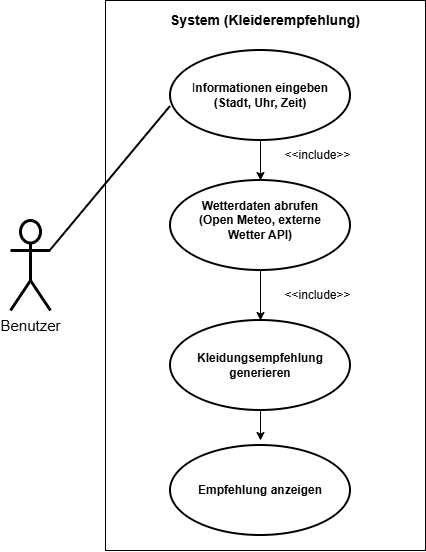
This is docs/use_case_diagramm.drawio.png from kseniia-koverska/weather_ranger, a draw.io export, as it was before one commit. Source tidied: cells renumbered, new cells last; positions are measured from the earlier drawing's top-left corner, leaving out a move shared by most shapes.
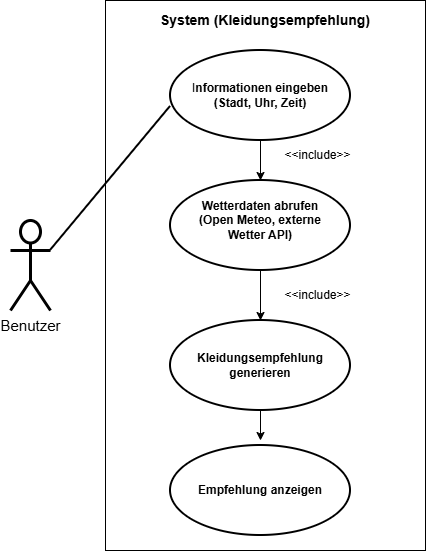
Later version of the same file.

Change to the diagram source:
```diff
@@ -29,7 +29,7 @@
     <mxCell id="10" value="I&lt;b&gt;nformationen eingeben (Stadt, Uhr, Zeit)&lt;/b&gt;" style="text;html=1;whiteSpace=wrap;strokeColor=none;fillColor=none;align=center;verticalAlign=middle;rounded=0;" parent="1" vertex="1">
       <mxGeometry x="180" y="65" width="140" height="60" as="geometry" />
     </mxCell>
-    <mxCell id="11" value="&lt;font style=&quot;font-size: 14px;&quot;&gt;&lt;b style=&quot;&quot;&gt;System (Kleiderempfehlung)&lt;/b&gt;&lt;/font&gt;" style="text;html=1;whiteSpace=wrap;strokeColor=none;fillColor=none;align=center;verticalAlign=middle;rounded=0;" parent="1" vertex="1">
+    <mxCell id="11" value="&lt;font style=&quot;font-size: 14px;&quot;&gt;&lt;b style=&quot;&quot;&gt;System (Kleidungsempfehlung)&lt;/b&gt;&lt;/font&gt;" style="text;html=1;whiteSpace=wrap;strokeColor=none;fillColor=none;align=center;verticalAlign=middle;rounded=0;" parent="1" vertex="1">
       <mxGeometry x="120" width="270" height="40" as="geometry" />
     </mxCell>
     <mxCell id="12" value="&lt;b&gt;Wetterdaten abrufen&lt;/b&gt;&lt;div&gt;&lt;b&gt;(Open Meteo, externe Wetter API)&lt;/b&gt;&lt;/div&gt;" style="text;html=1;whiteSpace=wrap;strokeColor=none;fillColor=none;align=center;verticalAlign=middle;rounded=0;" parent="1" vertex="1">
```
